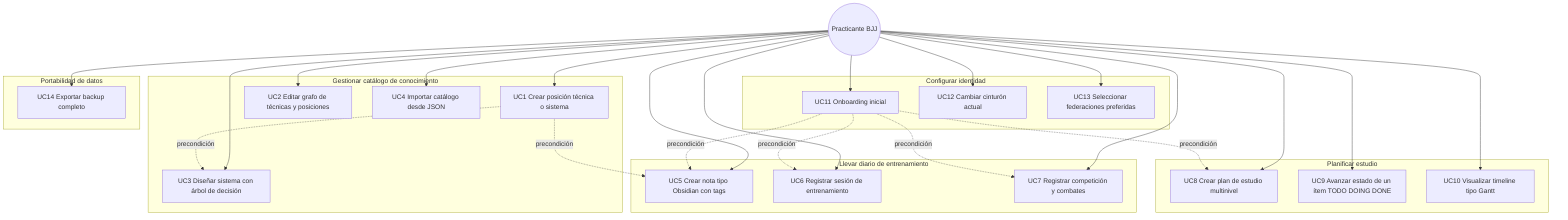
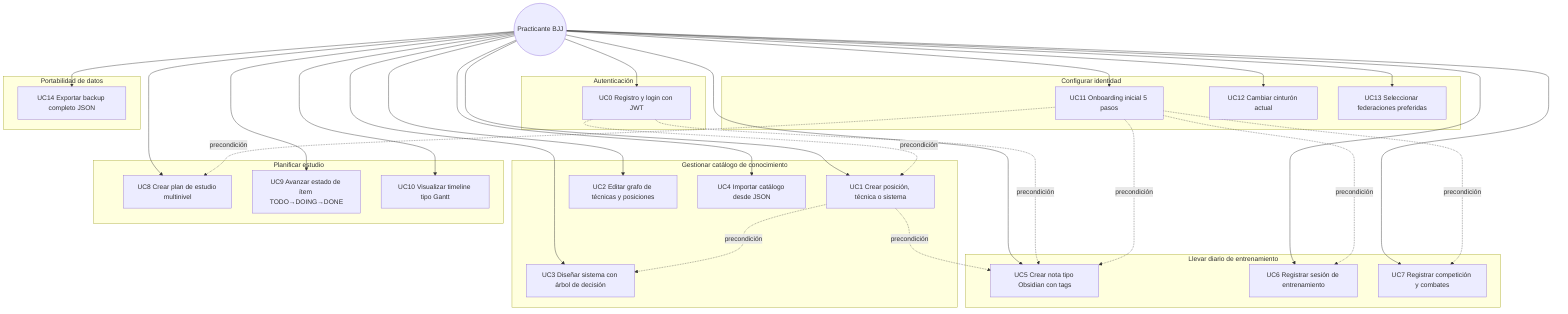
flowchart TB
    Usuario((Practicante BJJ))

+     subgraph Autenticacion["Autenticación"]
+         UC0[UC0 Registro y login con JWT]
+     end
+ 
    subgraph CatalogoConocimiento["Gestionar catálogo de conocimiento"]
-         UC1[UC1 Crear posición técnica o sistema]
+         UC1[UC1 Crear posición, técnica o sistema]
        UC2[UC2 Editar grafo de técnicas y posiciones]
        UC3[UC3 Diseñar sistema con árbol de decisión]
        UC4[UC4 Importar catálogo desde JSON]
    end

    subgraph DiarioPersonal["Llevar diario de entrenamiento"]
        UC5[UC5 Crear nota tipo Obsidian con tags]
        UC6[UC6 Registrar sesión de entrenamiento]
        UC7[UC7 Registrar competición y combates]
    end

    subgraph PlanEstudio["Planificar estudio"]
        UC8[UC8 Crear plan de estudio multinivel]
-         UC9[UC9 Avanzar estado de un ítem TODO DOING DONE]
+         UC9[UC9 Avanzar estado de ítem TODO→DOING→DONE]
        UC10[UC10 Visualizar timeline tipo Gantt]
    end

    subgraph Identidad["Configurar identidad"]
-         UC11[UC11 Onboarding inicial]
+         UC11[UC11 Onboarding inicial 5 pasos]
        UC12[UC12 Cambiar cinturón actual]
        UC13[UC13 Seleccionar federaciones preferidas]
    end

    subgraph Portabilidad["Portabilidad de datos"]
-         UC14[UC14 Exportar backup completo]
+         UC14[UC14 Exportar backup completo JSON]
    end

+     Usuario --> UC0
    Usuario --> UC1
    Usuario --> UC2
    Usuario --> UC3
    Usuario --> UC4
    Usuario --> UC5
    Usuario --> UC6
    Usuario --> UC7
    Usuario --> UC8
    Usuario --> UC9
    Usuario --> UC10
    Usuario --> UC11
    Usuario --> UC12
    Usuario --> UC13
    Usuario --> UC14

+     UC0 -.precondición.-> UC1
+     UC0 -.precondición.-> UC5
    UC11 -.precondición.-> UC5
    UC11 -.precondición.-> UC6
    UC11 -.precondición.-> UC7
    UC11 -.precondición.-> UC8
    UC1 -.precondición.-> UC3
    UC1 -.precondición.-> UC5
